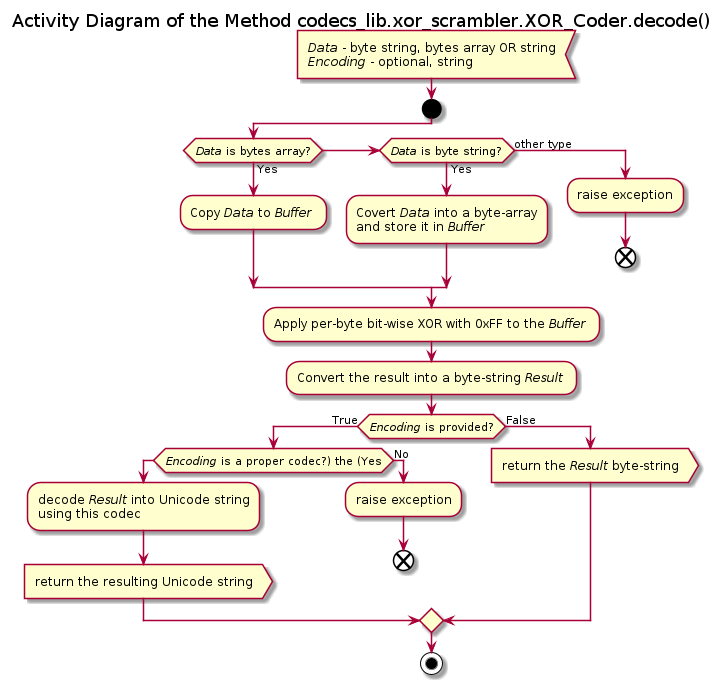
The PlantUML diagram Documentation/UML/xor_scrambler/xor_coder_decode.png in FooBarShebang/codecs_lib, before a commit. Source of this version:
```plantuml
@startuml xor_coder_decode

title Activity Diagram of the Method codecs_lib.xor_scrambler.XOR_Coder.decode()

:<i>Data</i> - byte string, bytes array OR string
<i>Encoding</i> - optional, string <

start

if (<i>Data</i> is bytes array?) then (Yes)
    :Copy <i>Data</i> to <i>Buffer</i> ;
elseif (<i>Data</i> is byte string?) then (Yes)
    :Covert <i>Data</i> into a byte-array\nand store it in <i>Buffer</i>;
else (other type)
    :raise exception;

    end
endif

:Apply per-byte bit-wise XOR with 0xFF to the <i>Buffer</i> ;

:Convert the result into a byte-string <i>Result</i> ;

if (<i>Encoding</i> is provided?) then (True)
    if (<i>Encoding</i> is a proper codec?) the (Yes)
            :decode <i>Result</i> into Unicode string\nusing this codec;

            :return the resulting Unicode string>
    else (No)
        :raise exception;

        end
    endif
else (False)
    :return the <i>Result</i> byte-string>
endif

stop

@enduml
```
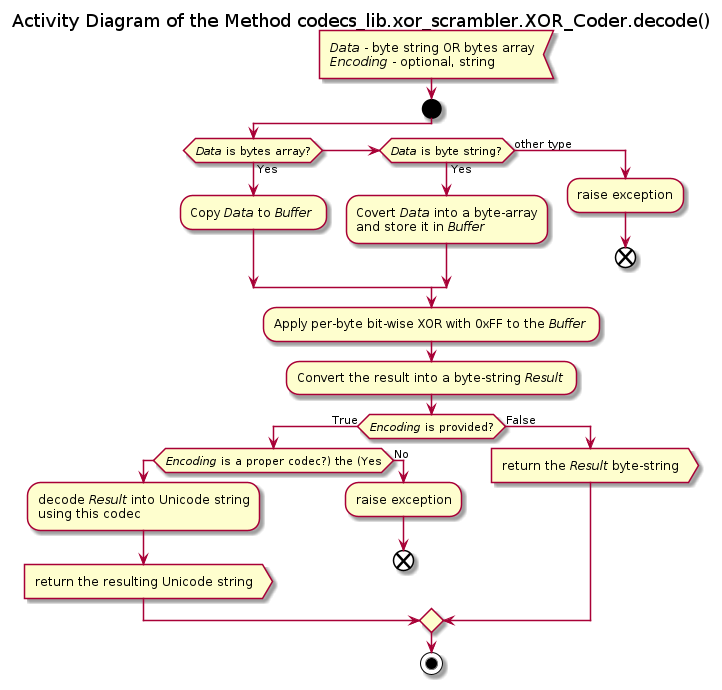
The same file after the commit.

Change to the diagram source:
```diff
@@ -2,7 +2,7 @@
 
 title Activity Diagram of the Method codecs_lib.xor_scrambler.XOR_Coder.decode()
 
-:<i>Data</i> - byte string, bytes array OR string
+:<i>Data</i> - byte string OR bytes array
 <i>Encoding</i> - optional, string <
 
 start
```
